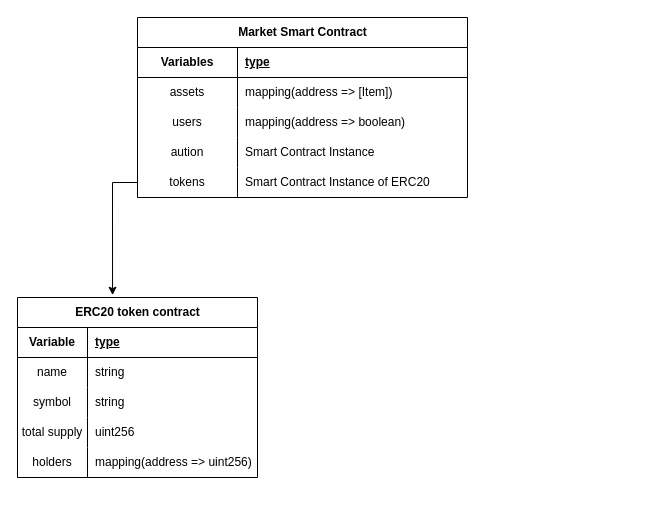
The draw.io diagram eth-online/ETH Online Project Idea Flow.drawio in divyasshree-BQ/system-designs, before the edit. Source tidied: cells renumbered, new cells numbered last; positions are measured from the earlier drawing's top-left corner, leaving out a move shared by most shapes. Both pictures are drawn from the tidied source at 100%, with x=0, y=0 at pixel (17, 17).
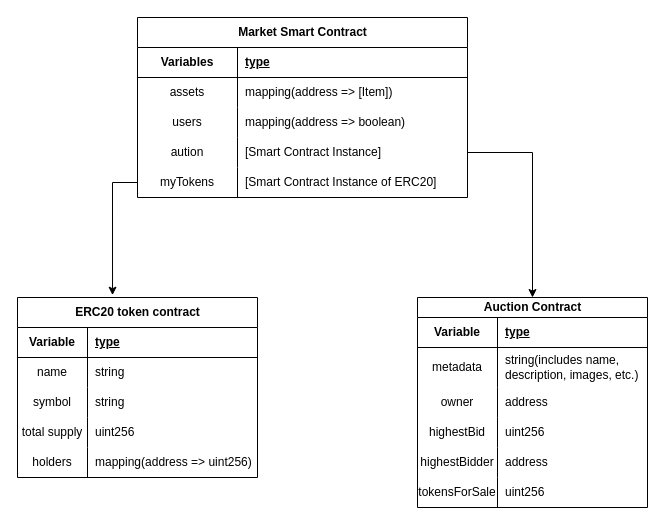
The same page after the edit.

Unchanged cells that the change refers to:
```xml
<mxCell id="12" style="shape=tableRow;horizontal=0;startSize=0;swimlaneHead=0;swimlaneBody=0;fillColor=none;points=[[0,0.5],[1,0.5]];portConstraint=eastwest;top=0;left=0;right=0;bottom=0;" parent="2" vertex="1">
  <mxGeometry y="120" width="330" height="30" as="geometry" />
</mxCell>
<mxCell id="15" style="shape=tableRow;horizontal=0;startSize=0;swimlaneHead=0;swimlaneBody=0;fillColor=none;points=[[0,0.5],[1,0.5]];portConstraint=eastwest;top=0;left=0;right=0;bottom=0;" parent="2" vertex="1">
  <mxGeometry y="150" width="330" height="30" as="geometry" />
</mxCell>
```

The edit, as a diff of the source:
```diff
@@
-    <mxCell id="14" value="Smart Contract Instance" style="shape=partialRectangle;fillColor=none;top=0;left=0;bottom=0;right=0;align=left;spacingLeft=6;overflow=hidden;whiteSpace=wrap;html=1;" parent="12" vertex="1">
+    <mxCell id="14" value="[Smart Contract Instance]" style="shape=partialRectangle;fillColor=none;top=0;left=0;bottom=0;right=0;align=left;spacingLeft=6;overflow=hidden;whiteSpace=wrap;html=1;" parent="12" vertex="1">
       <mxGeometry x="100" width="230" height="30" as="geometry" />
     </mxCell>
@@
-    <mxCell id="16" value="tokens" style="shape=partialRectangle;fillColor=none;top=0;left=0;bottom=0;right=0;overflow=hidden;whiteSpace=wrap;html=1;" parent="15" vertex="1">
+    <mxCell id="16" value="myTokens" style="shape=partialRectangle;fillColor=none;top=0;left=0;bottom=0;right=0;overflow=hidden;whiteSpace=wrap;html=1;" parent="15" vertex="1">
       <mxGeometry width="100" height="30" as="geometry" />
     </mxCell>
-    <mxCell id="17" value="Smart Contract Instance of ERC20" style="shape=partialRectangle;fillColor=none;top=0;left=0;bottom=0;right=0;align=left;spacingLeft=6;overflow=hidden;whiteSpace=wrap;html=1;" parent="15" vertex="1">
+    <mxCell id="17" value="[Smart Contract Instance of ERC20]" style="shape=partialRectangle;fillColor=none;top=0;left=0;bottom=0;right=0;align=left;spacingLeft=6;overflow=hidden;whiteSpace=wrap;html=1;" parent="15" vertex="1">
       <mxGeometry x="100" width="230" height="30" as="geometry" />
     </mxCell>
@@
+    <mxCell id="35" value="Auction Contract" style="shape=table;startSize=20;childLayout=tableLayout;rowLines=0;fontStyle=1;align=center;html=1;" parent="1" vertex="1">
+      <mxGeometry x="400" y="280" width="230" height="210" as="geometry" />
+    </mxCell>
+    <mxCell id="36" style="shape=tableRow;horizontal=0;startSize=0;swimlaneHead=0;swimlaneBody=0;fillColor=none;top=0;left=0;right=0;bottom=1;" parent="35" vertex="1">
+      <mxGeometry y="20" width="230" height="30" as="geometry" />
+    </mxCell>
+    <mxCell id="37" value="Variable" style="shape=partialRectangle;fillColor=none;top=0;left=0;bottom=0;right=0;fontStyle=1;overflow=hidden;whiteSpace=wrap;html=1;" parent="36" vertex="1">
+      <mxGeometry width="80" height="30" as="geometry" />
+    </mxCell>
+    <mxCell id="38" value="type" style="shape=partialRectangle;fillColor=none;top=0;left=0;bottom=0;right=0;align=left;spacingLeft=6;fontStyle=5;overflow=hidden;whiteSpace=wrap;html=1;" parent="36" vertex="1">
+      <mxGeometry x="80" width="150" height="30" as="geometry" />
+    </mxCell>
+    <mxCell id="39" style="shape=tableRow;horizontal=0;startSize=0;swimlaneHead=0;swimlaneBody=0;fillColor=none;top=0;left=0;right=0;bottom=0;" parent="35" vertex="1">
+      <mxGeometry y="50" width="230" height="40" as="geometry" />
+    </mxCell>
+    <mxCell id="40" value="metadata" style="shape=partialRectangle;fillColor=none;top=0;left=0;bottom=0;right=0;overflow=hidden;whiteSpace=wrap;html=1;" parent="39" vertex="1">
+      <mxGeometry width="80" height="40" as="geometry" />
+    </mxCell>
+    <mxCell id="41" value="string(includes name, description, images, etc.)" style="shape=partialRectangle;fillColor=none;top=0;left=0;bottom=0;right=0;align=left;spacingLeft=6;overflow=hidden;whiteSpace=wrap;html=1;" parent="39" vertex="1">
+      <mxGeometry x="80" width="150" height="40" as="geometry" />
+    </mxCell>
+    <mxCell id="42" style="shape=tableRow;horizontal=0;startSize=0;swimlaneHead=0;swimlaneBody=0;fillColor=none;top=0;left=0;right=0;bottom=0;" parent="35" vertex="1">
+      <mxGeometry y="90" width="230" height="30" as="geometry" />
+    </mxCell>
+    <mxCell id="43" value="owner" style="shape=partialRectangle;fillColor=none;top=0;left=0;bottom=0;right=0;overflow=hidden;whiteSpace=wrap;html=1;" parent="42" vertex="1">
+      <mxGeometry width="80" height="30" as="geometry" />
+    </mxCell>
+    <mxCell id="44" value="address" style="shape=partialRectangle;fillColor=none;top=0;left=0;bottom=0;right=0;align=left;spacingLeft=6;overflow=hidden;whiteSpace=wrap;html=1;" parent="42" vertex="1">
+      <mxGeometry x="80" width="150" height="30" as="geometry" />
+    </mxCell>
+    <mxCell id="45" style="shape=tableRow;horizontal=0;startSize=0;swimlaneHead=0;swimlaneBody=0;fillColor=none;top=0;left=0;right=0;bottom=0;" parent="35" vertex="1">
+      <mxGeometry y="120" width="230" height="30" as="geometry" />
+    </mxCell>
+    <mxCell id="46" value="highestBid" style="shape=partialRectangle;fillColor=none;top=0;left=0;bottom=0;right=0;overflow=hidden;whiteSpace=wrap;html=1;" parent="45" vertex="1">
+      <mxGeometry width="80" height="30" as="geometry" />
+    </mxCell>
+    <mxCell id="47" value="uint256" style="shape=partialRectangle;fillColor=none;top=0;left=0;bottom=0;right=0;align=left;spacingLeft=6;overflow=hidden;whiteSpace=wrap;html=1;" parent="45" vertex="1">
+      <mxGeometry x="80" width="150" height="30" as="geometry" />
+    </mxCell>
+    <mxCell id="48" style="shape=tableRow;horizontal=0;startSize=0;swimlaneHead=0;swimlaneBody=0;fillColor=none;top=0;left=0;right=0;bottom=0;" parent="35" vertex="1">
+      <mxGeometry y="150" width="230" height="30" as="geometry" />
+    </mxCell>
+    <mxCell id="49" value="highestBidder" style="shape=partialRectangle;fillColor=none;top=0;left=0;bottom=0;right=0;overflow=hidden;whiteSpace=wrap;html=1;" parent="48" vertex="1">
+      <mxGeometry width="80" height="30" as="geometry" />
+    </mxCell>
+    <mxCell id="50" value="address" style="shape=partialRectangle;fillColor=none;top=0;left=0;bottom=0;right=0;align=left;spacingLeft=6;overflow=hidden;whiteSpace=wrap;html=1;" parent="48" vertex="1">
+      <mxGeometry x="80" width="150" height="30" as="geometry" />
+    </mxCell>
+    <mxCell id="51" style="shape=tableRow;horizontal=0;startSize=0;swimlaneHead=0;swimlaneBody=0;fillColor=none;top=0;left=0;right=0;bottom=0;" parent="35" vertex="1">
+      <mxGeometry y="180" width="230" height="30" as="geometry" />
+    </mxCell>
+    <mxCell id="52" value="tokensForSale" style="shape=partialRectangle;fillColor=none;top=0;left=0;bottom=0;right=0;overflow=hidden;whiteSpace=wrap;html=1;" parent="51" vertex="1">
+      <mxGeometry width="80" height="30" as="geometry" />
+    </mxCell>
+    <mxCell id="53" value="uint256" style="shape=partialRectangle;fillColor=none;top=0;left=0;bottom=0;right=0;align=left;spacingLeft=6;overflow=hidden;whiteSpace=wrap;html=1;" parent="51" vertex="1">
+      <mxGeometry x="80" width="150" height="30" as="geometry" />
+    </mxCell>
+    <mxCell id="54" style="edgeStyle=orthogonalEdgeStyle;rounded=0;jettySize=auto;html=1;exitX=1;exitY=0.5;exitDx=0;exitDy=0;entryX=0.5;entryY=0;entryDx=0;entryDy=0;" parent="1" edge="1" source="12" target="35">
+      <mxGeometry relative="1" as="geometry" />
+    </mxCell>
```
